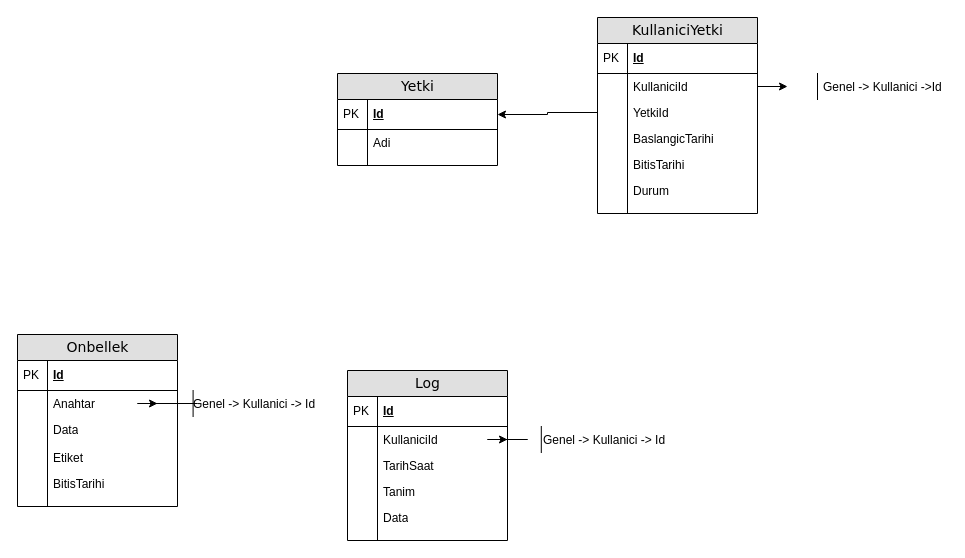
The draw.io diagram page "Yöneticiler" (8 of 9) of Kur 2/Veritabanı Diagrams.drawio in etuncay/kugim-gen-yazilimcilar-egitim-programi, before the edit. Source tidied: cells renumbered, new cells numbered last; positions are measured from the earlier drawing's top-left corner, leaving out a move shared by most shapes. Both pictures are drawn from the tidied source at 100%, with x=0, y=0 at pixel (17, 17).
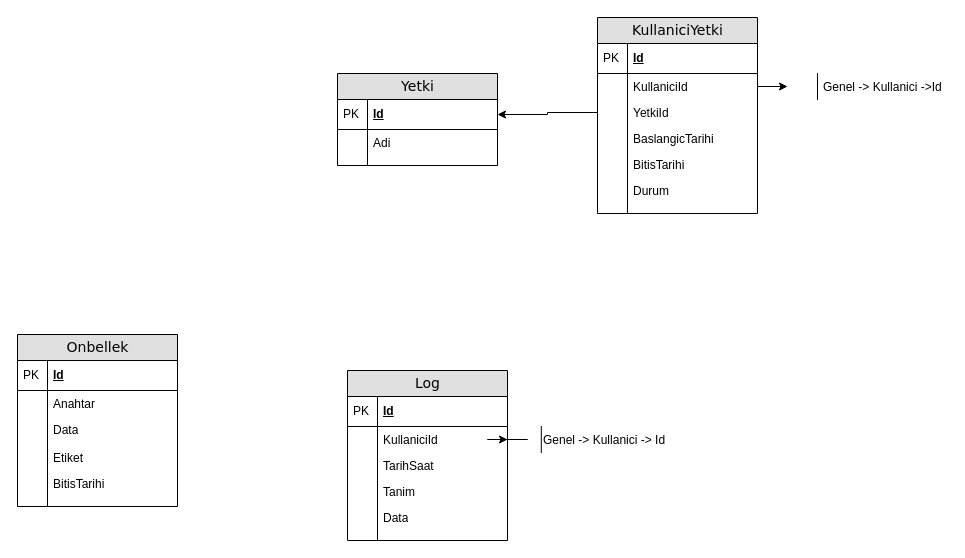
After the change.

The change refers to these unchanged cells:
```xml
<mxCell id="41" value="Anahtar" style="shape=partialRectangle;top=0;left=0;right=0;bottom=0;html=1;align=left;verticalAlign=top;fillColor=none;spacingLeft=34;spacingRight=4;whiteSpace=wrap;overflow=hidden;points=[[0,0.5],[1,0.5]];portConstraint=eastwest;" parent="38" vertex="1">
  <mxGeometry y="56" width="160" height="26" as="geometry" />
</mxCell>
```

What changed in the source:
```diff
@@
-    <mxCell id="54" value="Genel -&amp;gt; Kullanici -&amp;gt; Id" style="shape=partialRectangle;top=0;left=0;right=0;bottom=0;html=1;align=left;verticalAlign=top;fillColor=none;spacingLeft=34;spacingRight=4;whiteSpace=wrap;overflow=hidden;points=[[0,0.5],[1,0.5]];portConstraint=eastwest;" parent="1" vertex="1">
-      <mxGeometry x="140" y="373" width="190" height="26" as="geometry" />
-    </mxCell>
-    <mxCell id="55" style="shape=partialRectangle;top=0;left=0;bottom=0;html=1;fillColor=none;align=left;verticalAlign=top;spacingLeft=4;spacingRight=4;whiteSpace=wrap;overflow=hidden;" parent="54" vertex="1">
-      <mxGeometry width="35.6" height="26" as="geometry" />
-    </mxCell>
-    <mxCell id="56" style="edgeStyle=orthogonalEdgeStyle;rounded=0;jettySize=auto;html=1;" parent="1" edge="1" source="41" target="54">
-      <mxGeometry relative="1" as="geometry" />
-    </mxCell>
```
